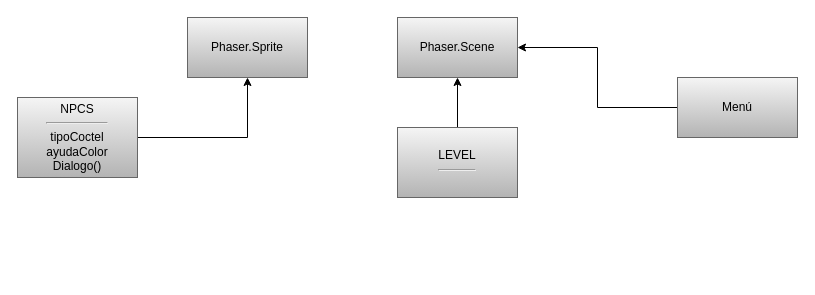
This is Diagrama de juego.drawio from Marc0sPM/Cocktails-and-You, a draw.io file, before an edit. Source tidied: cells renumbered, new cells numbered last; positions are measured from the earlier drawing's top-left corner, leaving out a move shared by most shapes. Both pictures are drawn from the tidied source at 100%, with x=0, y=0 at pixel (17, 17).
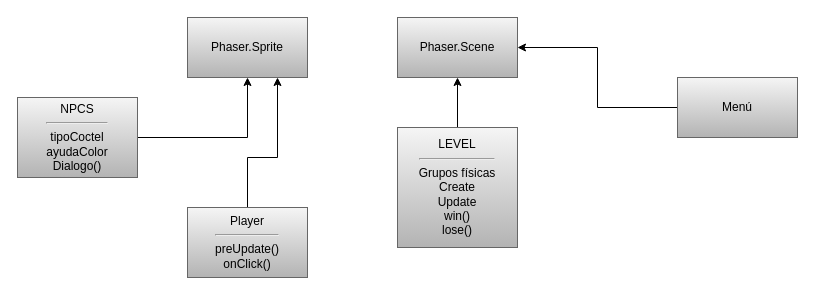
Above is the later version.

Commit message:
He metido un poco mas en esto

The edit, as a diff of the source:
```diff
@@
 <mxGraphModel>
   <root>
     <mxCell id="0" />
     <mxCell id="1" parent="0" />
     <mxCell id="2" style="edgeStyle=orthogonalEdgeStyle;rounded=0;jettySize=auto;html=1;" parent="1" edge="1" source="3" target="4">
       <mxGeometry relative="1" as="geometry" />
     </mxCell>
-    <mxCell id="3" value="LEVEL&lt;hr&gt;" style="rounded=0;whiteSpace=wrap;html=1;fillColor=#f5f5f5;gradientColor=#b3b3b3;strokeColor=#666666;" parent="1" vertex="1">
-      <mxGeometry x="380" y="110" width="120" height="70" as="geometry" />
+    <mxCell id="3" value="LEVEL&lt;hr&gt;Grupos físicas&lt;br&gt;Create&lt;br&gt;Update&lt;br&gt;win()&lt;br&gt;lose()" style="rounded=0;whiteSpace=wrap;html=1;fillColor=#f5f5f5;gradientColor=#b3b3b3;strokeColor=#666666;" parent="1" vertex="1">
+      <mxGeometry x="380" y="110" width="120" height="120" as="geometry" />
     </mxCell>
     <mxCell id="4" value="Phaser.Scene" style="rounded=0;whiteSpace=wrap;html=1;fillColor=#f5f5f5;gradientColor=#b3b3b3;strokeColor=#666666;" parent="1" vertex="1">
       <mxGeometry x="380" width="120" height="60" as="geometry" />
     </mxCell>
     <mxCell id="5" style="edgeStyle=orthogonalEdgeStyle;rounded=0;jettySize=auto;html=1;" parent="1" edge="1" source="6" target="4">
       <mxGeometry relative="1" as="geometry" />
     </mxCell>
     <mxCell id="6" value="Menú" style="rounded=0;whiteSpace=wrap;html=1;fillColor=#f5f5f5;gradientColor=#b3b3b3;strokeColor=#666666;" parent="1" vertex="1">
       <mxGeometry x="660" y="60" width="120" height="60" as="geometry" />
     </mxCell>
     <mxCell id="7" style="edgeStyle=orthogonalEdgeStyle;rounded=0;jettySize=auto;html=1;" parent="1" edge="1" source="8" target="9">
       <mxGeometry relative="1" as="geometry" />
     </mxCell>
     <mxCell id="8" value="NPCS&lt;hr&gt;tipoCoctel&lt;br&gt;ayudaColor&lt;br&gt;Dialogo()" style="rounded=0;whiteSpace=wrap;html=1;fillColor=#f5f5f5;gradientColor=#b3b3b3;strokeColor=#666666;" parent="1" vertex="1">
       <mxGeometry y="80" width="120" height="80" as="geometry" />
     </mxCell>
     <mxCell id="9" value="Phaser.Sprite" style="rounded=0;whiteSpace=wrap;html=1;fillColor=#f5f5f5;gradientColor=#b3b3b3;strokeColor=#666666;" parent="1" vertex="1">
       <mxGeometry x="170" width="120" height="60" as="geometry" />
     </mxCell>
+    <mxCell id="10" style="edgeStyle=orthogonalEdgeStyle;rounded=0;jettySize=auto;html=1;entryX=0.75;entryY=1;entryDx=0;entryDy=0;" parent="1" edge="1" source="11" target="9">
+      <mxGeometry relative="1" as="geometry">
+        <Array as="points">
+          <mxPoint x="230" y="140" />
+          <mxPoint x="260" y="140" />
+        </Array>
+      </mxGeometry>
+    </mxCell>
+    <mxCell id="11" value="Player&lt;hr&gt;preUpdate()&lt;br&gt;onClick()" style="rounded=0;whiteSpace=wrap;html=1;fillColor=#f5f5f5;gradientColor=#b3b3b3;strokeColor=#666666;" parent="1" vertex="1">
+      <mxGeometry x="170" y="190" width="120" height="70" as="geometry" />
+    </mxCell>
   </root>
 </mxGraphModel>
```
